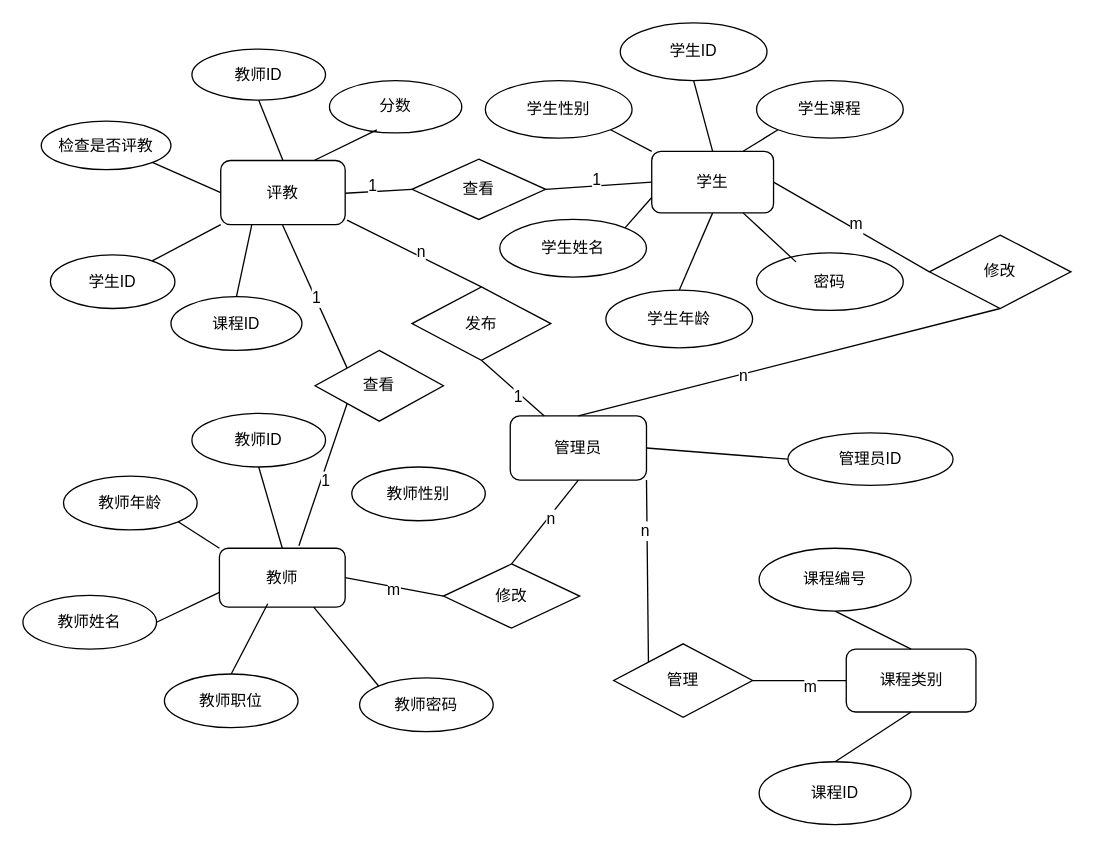
The draw.io diagram page "ER" (4 of 8) of 未命名绘图.drawio in mao-user/2024code, before the edit. Source tidied: cells renumbered, new cells numbered last; positions are measured from the earlier drawing's top-left corner, leaving out a move shared by most shapes. Both pictures are drawn from the tidied source at 131%, with x=0, y=0 at pixel (22, 22).
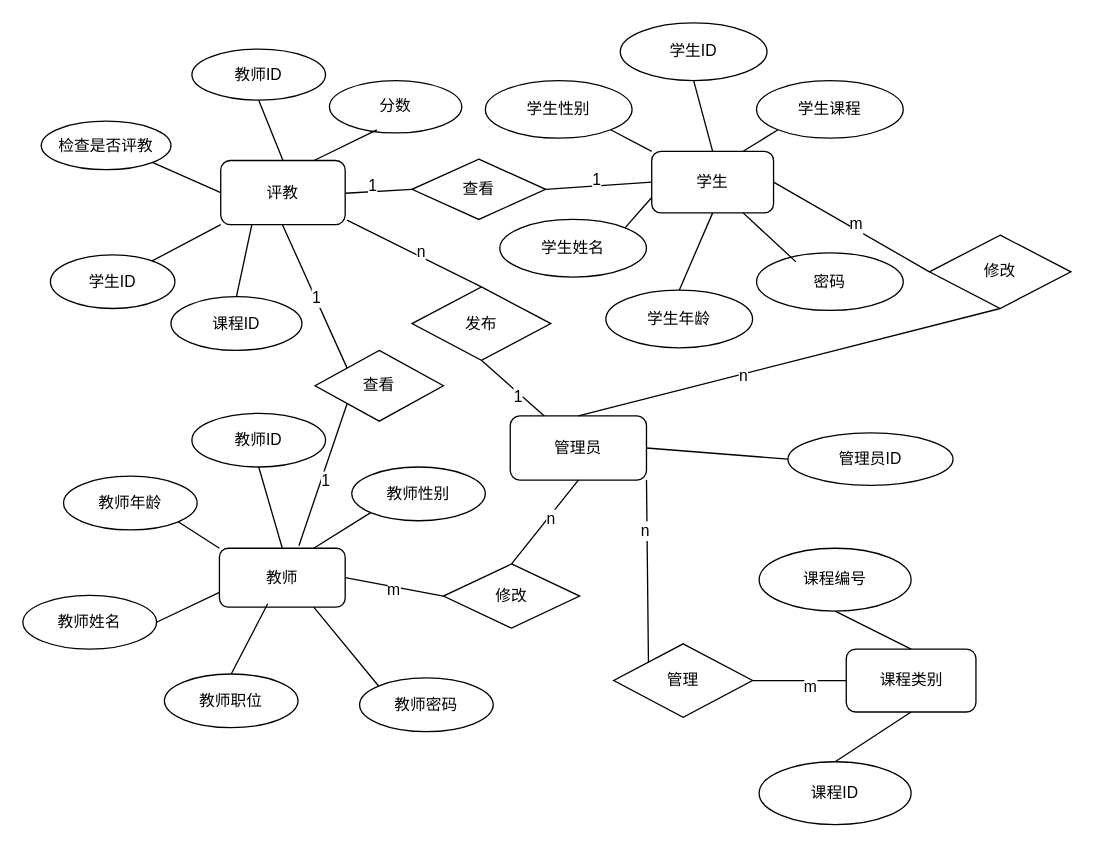
After the change.

Commit message:
更新未命名绘图.drawio

Unchanged cells that the change refers to:
```xml
<mxCell id="48" value="教师" style="rounded=1;whiteSpace=wrap;html=1;" parent="1" vertex="1">
  <mxGeometry x="150" y="401" width="96" height="45" as="geometry" />
</mxCell>
<mxCell id="66" value="教师性别" style="ellipse;whiteSpace=wrap;html=1;" parent="1" vertex="1">
  <mxGeometry x="251" y="339" width="102" height="41" as="geometry" />
</mxCell>
```

What changed in the source:
```diff
@@
+    <mxCell id="76" style="rounded=0;jettySize=auto;html=1;exitX=0.75;exitY=0;exitDx=0;exitDy=0;entryX=0;entryY=1;entryDx=0;entryDy=0;endArrow=none;startFill=0;" parent="1" edge="1" source="48" target="66">
+      <mxGeometry relative="1" as="geometry" />
+    </mxCell>
```
